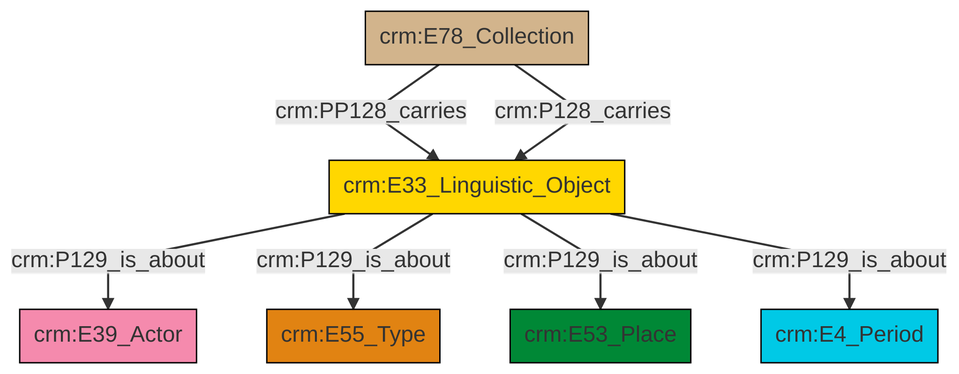
Above: et/archivalCSV/ttl/mmd/png/archival_aboutness.png in swiss-art-research-net/docs.swissartresearch (Mermaid), before the change. Its source is kept beside it as et/archivalCSV/ttl/mmd/archival_aboutness.ttl.mmd.
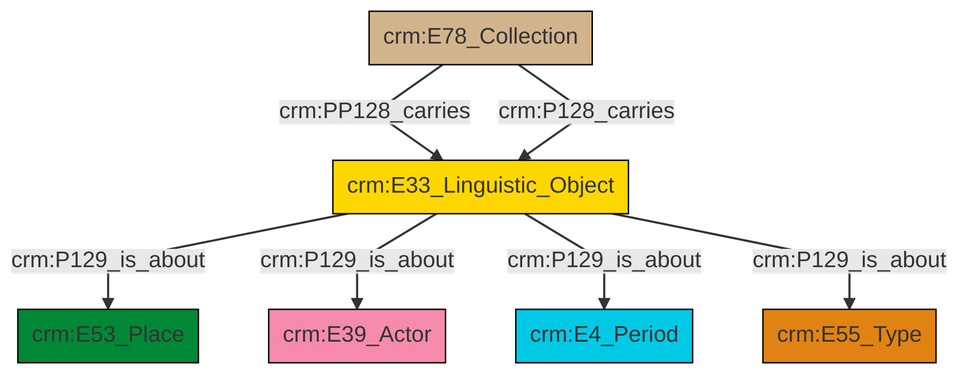
After the commit.

Diff of the diagram source:
```diff
@@ -13,9 +13,9 @@
 classDef PC_Classes fill:#4ce600, stroke:#000000;
 classDef Multi fill:#cccccc,stroke:#000000;
 
-0["crm:E33_Linguistic_Object"]:::Conceptual_Object -->|crm:P129_is_about| 1["crm:E39_Actor"]:::Actor
-2["crm:E78_Collection"]:::Physical_Thing -->|crm:PP128_carries| 0["crm:E33_Linguistic_Object"]:::Conceptual_Object
-0["crm:E33_Linguistic_Object"]:::Conceptual_Object -->|crm:P129_is_about| 3["crm:E55_Type"]:::Type
-0["crm:E33_Linguistic_Object"]:::Conceptual_Object -->|crm:P129_is_about| 5["crm:E53_Place"]:::Place
-2["crm:E78_Collection"]:::Physical_Thing -->|crm:P128_carries| 0["crm:E33_Linguistic_Object"]:::Conceptual_Object
-0["crm:E33_Linguistic_Object"]:::Conceptual_Object -->|crm:P129_is_about| 8["crm:E4_Period"]:::Temporal_Entity
+2["crm:E33_Linguistic_Object"]:::Conceptual_Object -->|crm:P129_is_about| 3["crm:E53_Place"]:::Place
+0["crm:E78_Collection"]:::Physical_Thing -->|crm:PP128_carries| 2["crm:E33_Linguistic_Object"]:::Conceptual_Object
+0["crm:E78_Collection"]:::Physical_Thing -->|crm:P128_carries| 2["crm:E33_Linguistic_Object"]:::Conceptual_Object
+2["crm:E33_Linguistic_Object"]:::Conceptual_Object -->|crm:P129_is_about| 4["crm:E39_Actor"]:::Actor
+2["crm:E33_Linguistic_Object"]:::Conceptual_Object -->|crm:P129_is_about| 8["crm:E4_Period"]:::Temporal_Entity
+2["crm:E33_Linguistic_Object"]:::Conceptual_Object -->|crm:P129_is_about| 9["crm:E55_Type"]:::Type
```
